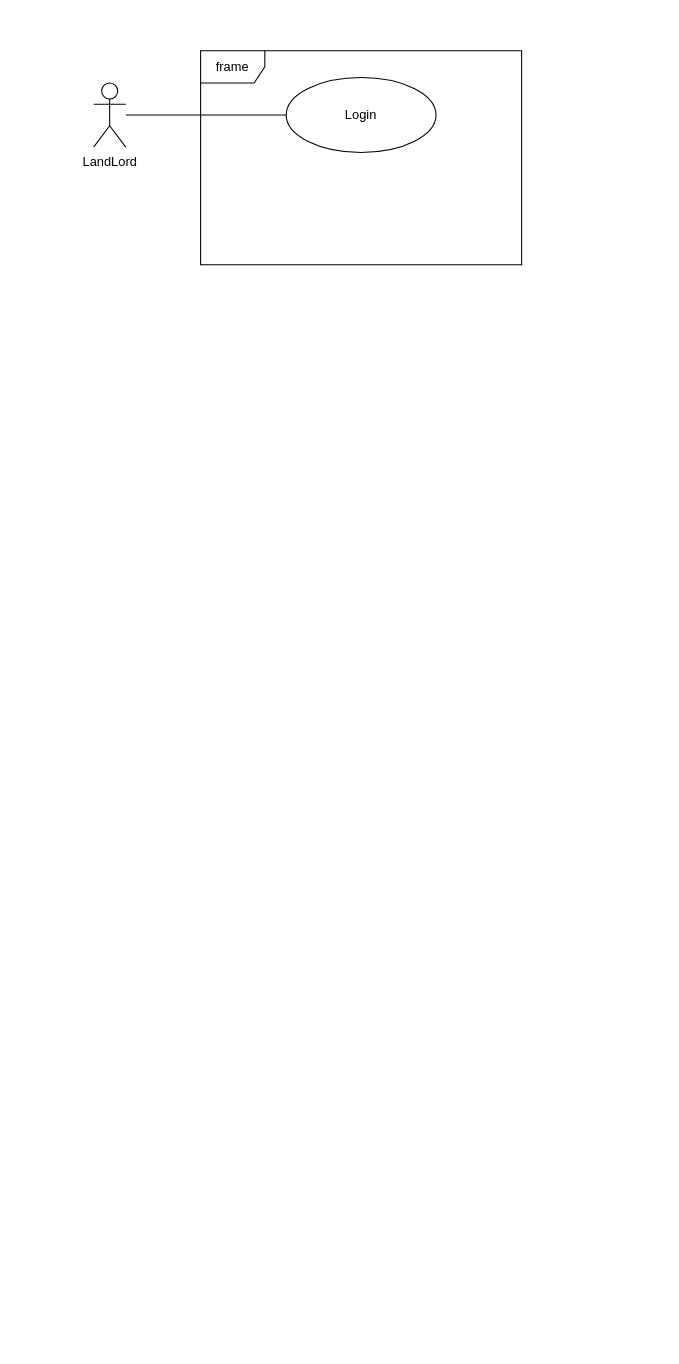
Above: LandLordUseCase.drawio in SETHU60/cput_accomodation_application (draw.io), before the change. Source tidied: cells renumbered, new cells numbered last; positions are measured from the earlier drawing's top-left corner, leaving out a move shared by most shapes. Both pictures are drawn from the tidied source at 107%, with x=0, y=0 at pixel (93, 50).
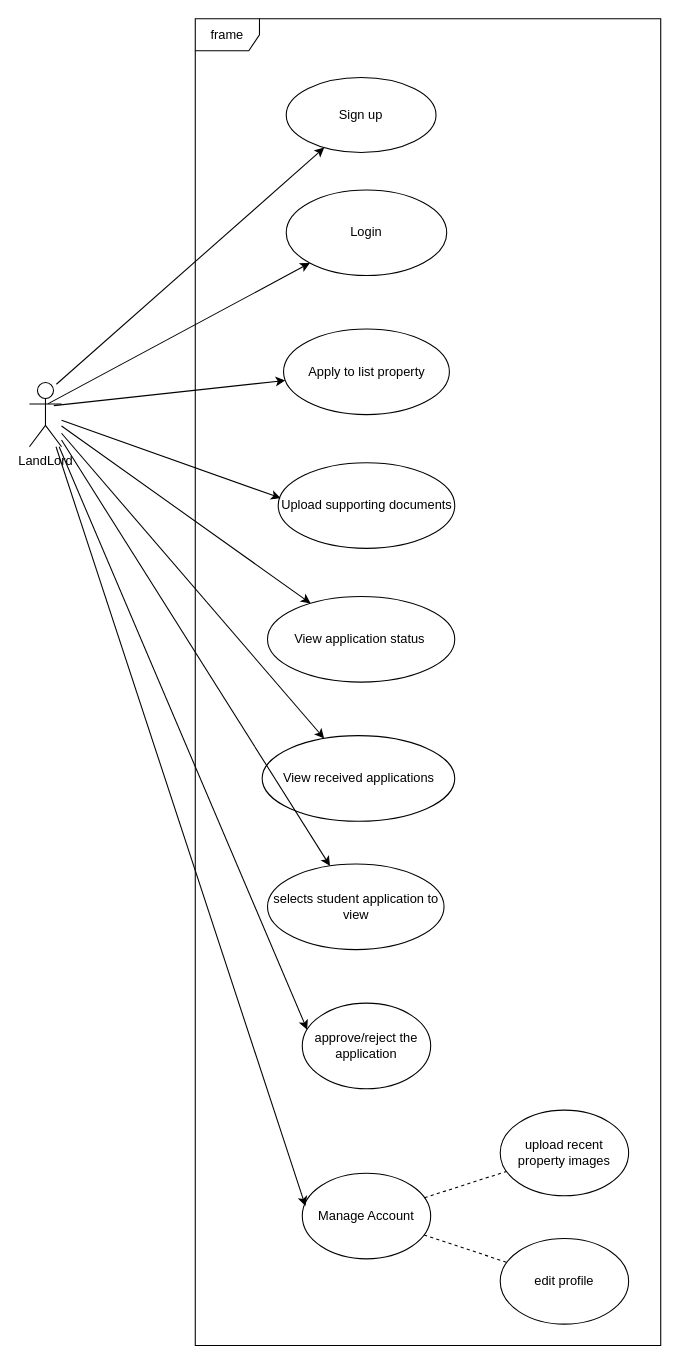
The same page after the edit.

Change to the diagram source:
```diff
@@
-    <mxCell id="2" style="edgeStyle=orthogonalEdgeStyle;rounded=0;jettySize=auto;html=1;endArrow=none;endFill=0;" parent="1" edge="1" source="3" target="5">
-      <mxGeometry relative="1" as="geometry" />
-    </mxCell>
     <mxCell id="3" value="LandLord" style="shape=umlActor;verticalLabelPosition=bottom;verticalAlign=top;html=1;" parent="1" vertex="1">
-      <mxGeometry y="30" width="30" height="60" as="geometry" />
+      <mxGeometry x="-60" y="310" width="30" height="60" as="geometry" />
     </mxCell>
     <mxCell id="4" value="frame" style="shape=umlFrame;whiteSpace=wrap;html=1;" parent="1" vertex="1">
-      <mxGeometry x="100" width="300" height="200" as="geometry" />
+      <mxGeometry x="95" y="-30" width="435" height="1240" as="geometry" />
     </mxCell>
-    <mxCell id="5" value="Login" style="ellipse;whiteSpace=wrap;html=1;" parent="1" vertex="1">
+    <mxCell id="5" value="Sign up" style="ellipse;whiteSpace=wrap;html=1;" parent="1" vertex="1">
       <mxGeometry x="180" y="25" width="140" height="70" as="geometry" />
     </mxCell>
+    <mxCell id="6" value="Login" style="ellipse;whiteSpace=wrap;html=1;" parent="1" vertex="1">
+      <mxGeometry x="180" y="130" width="150" height="80" as="geometry" />
+    </mxCell>
+    <mxCell id="7" value="Apply to list property" style="ellipse;whiteSpace=wrap;html=1;" parent="1" vertex="1">
+      <mxGeometry x="177.5" y="260" width="155" height="80" as="geometry" />
+    </mxCell>
+    <mxCell id="8" value="Upload supporting documents" style="ellipse;whiteSpace=wrap;html=1;" parent="1" vertex="1">
+      <mxGeometry x="172.5" y="385" width="165" height="80" as="geometry" />
+    </mxCell>
+    <mxCell id="9" value="View application status&amp;nbsp;" style="ellipse;whiteSpace=wrap;html=1;" parent="1" vertex="1">
+      <mxGeometry x="162.5" y="510" width="175" height="80" as="geometry" />
+    </mxCell>
+    <mxCell id="10" value="View received applications" style="ellipse;whiteSpace=wrap;html=1;" parent="1" vertex="1">
+      <mxGeometry x="157.5" y="640" width="180" height="80" as="geometry" />
+    </mxCell>
+    <mxCell id="11" value="selects student application to view" style="ellipse;whiteSpace=wrap;html=1;" parent="1" vertex="1">
+      <mxGeometry x="162.5" y="760" width="165" height="80" as="geometry" />
+    </mxCell>
+    <mxCell id="12" value="approve/reject the application" style="ellipse;whiteSpace=wrap;html=1;" parent="1" vertex="1">
+      <mxGeometry x="195" y="890" width="120" height="80" as="geometry" />
+    </mxCell>
+    <mxCell id="13" value="Manage Account" style="ellipse;whiteSpace=wrap;html=1;" parent="1" vertex="1">
+      <mxGeometry x="195" y="1049" width="120" height="80" as="geometry" />
+    </mxCell>
+    <mxCell id="14" style="endArrow=classic;html=1;rounded=0;exitX=0.573;exitY=0.333;exitDx=0;exitDy=0;exitPerimeter=0;" parent="1" edge="1" source="3" target="6">
+      <mxGeometry relative="1" as="geometry" />
+    </mxCell>
+    <mxCell id="2" style="endArrow=classic;html=1;rounded=0;exitX=0.84;exitY=0.027;exitDx=0;exitDy=0;exitPerimeter=0;" parent="1" edge="1" source="3" target="5">
+      <mxGeometry relative="1" as="geometry" />
+    </mxCell>
+    <mxCell id="15" style="endArrow=classic;html=1;rounded=0;exitX=0.76;exitY=0.36;exitDx=0;exitDy=0;exitPerimeter=0;" parent="1" edge="1" source="3" target="7">
+      <mxGeometry relative="1" as="geometry" />
+    </mxCell>
+    <mxCell id="16" style="endArrow=classic;html=1;rounded=0;entryX=0.014;entryY=0.413;entryDx=0;entryDy=0;entryPerimeter=0;" parent="1" edge="1" source="3" target="8">
+      <mxGeometry relative="1" as="geometry" />
+    </mxCell>
+    <mxCell id="17" style="endArrow=classic;html=1;rounded=0;" parent="1" edge="1" source="3" target="9">
+      <mxGeometry relative="1" as="geometry" />
+    </mxCell>
+    <mxCell id="18" style="endArrow=classic;html=1;rounded=0;" parent="1" edge="1" source="3" target="10">
+      <mxGeometry relative="1" as="geometry" />
+    </mxCell>
+    <mxCell id="19" style="endArrow=classic;html=1;rounded=0;" parent="1" edge="1" source="3" target="11">
+      <mxGeometry relative="1" as="geometry" />
+    </mxCell>
+    <mxCell id="20" style="endArrow=classic;html=1;rounded=0;entryX=0.038;entryY=0.31;entryDx=0;entryDy=0;entryPerimeter=0;" parent="1" edge="1" source="3" target="12">
+      <mxGeometry relative="1" as="geometry" />
+    </mxCell>
+    <mxCell id="21" style="endArrow=classic;html=1;rounded=0;entryX=0.025;entryY=0.383;entryDx=0;entryDy=0;entryPerimeter=0;" parent="1" edge="1" source="3" target="13">
+      <mxGeometry relative="1" as="geometry" />
+    </mxCell>
+    <mxCell id="22" style="endArrow=none;dashed=1;html=1;rounded=0;" parent="1" edge="1" source="13" target="23">
+      <mxGeometry relative="1" as="geometry" />
+    </mxCell>
+    <mxCell id="23" value="upload recent property images" style="ellipse;whiteSpace=wrap;html=1;" parent="1" vertex="1">
+      <mxGeometry x="380" y="990" width="120" height="80" as="geometry" />
+    </mxCell>
+    <mxCell id="24" value="edit profile" style="ellipse;whiteSpace=wrap;html=1;" parent="1" vertex="1">
+      <mxGeometry x="380" y="1110" width="120" height="80" as="geometry" />
+    </mxCell>
+    <mxCell id="25" style="endArrow=none;dashed=1;html=1;rounded=0;" parent="1" edge="1" source="13" target="24">
+      <mxGeometry relative="1" as="geometry" />
+    </mxCell>
```
